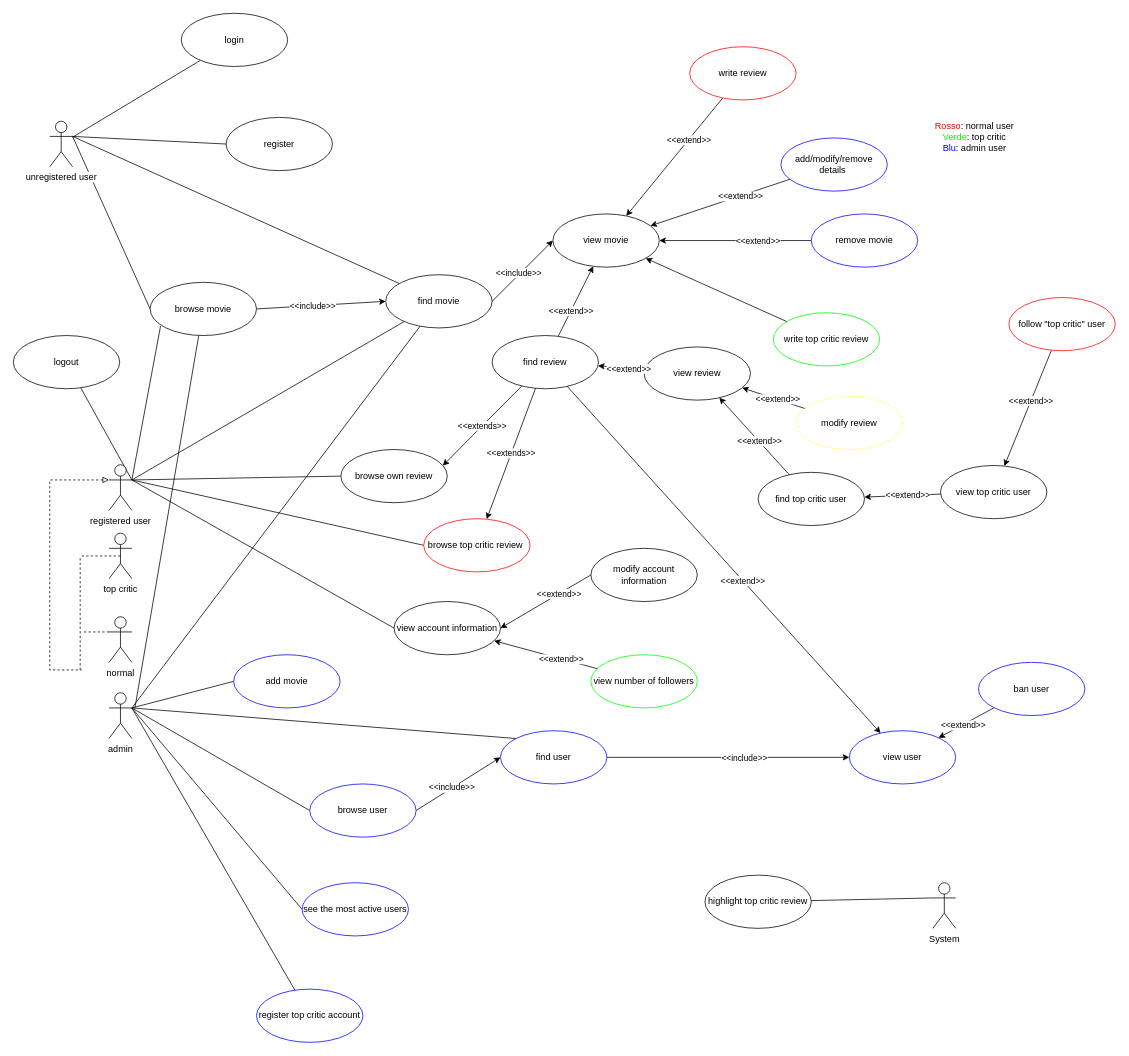
Above: UseCasesDiagram.drawio in glmquint/RottenMovies (draw.io), before the change. Source tidied: cells renumbered, new cells numbered last; positions are measured from the earlier drawing's top-left corner, leaving out a move shared by most shapes. Both pictures are drawn from the tidied source at 76%, with x=0, y=0 at pixel (13, 13).
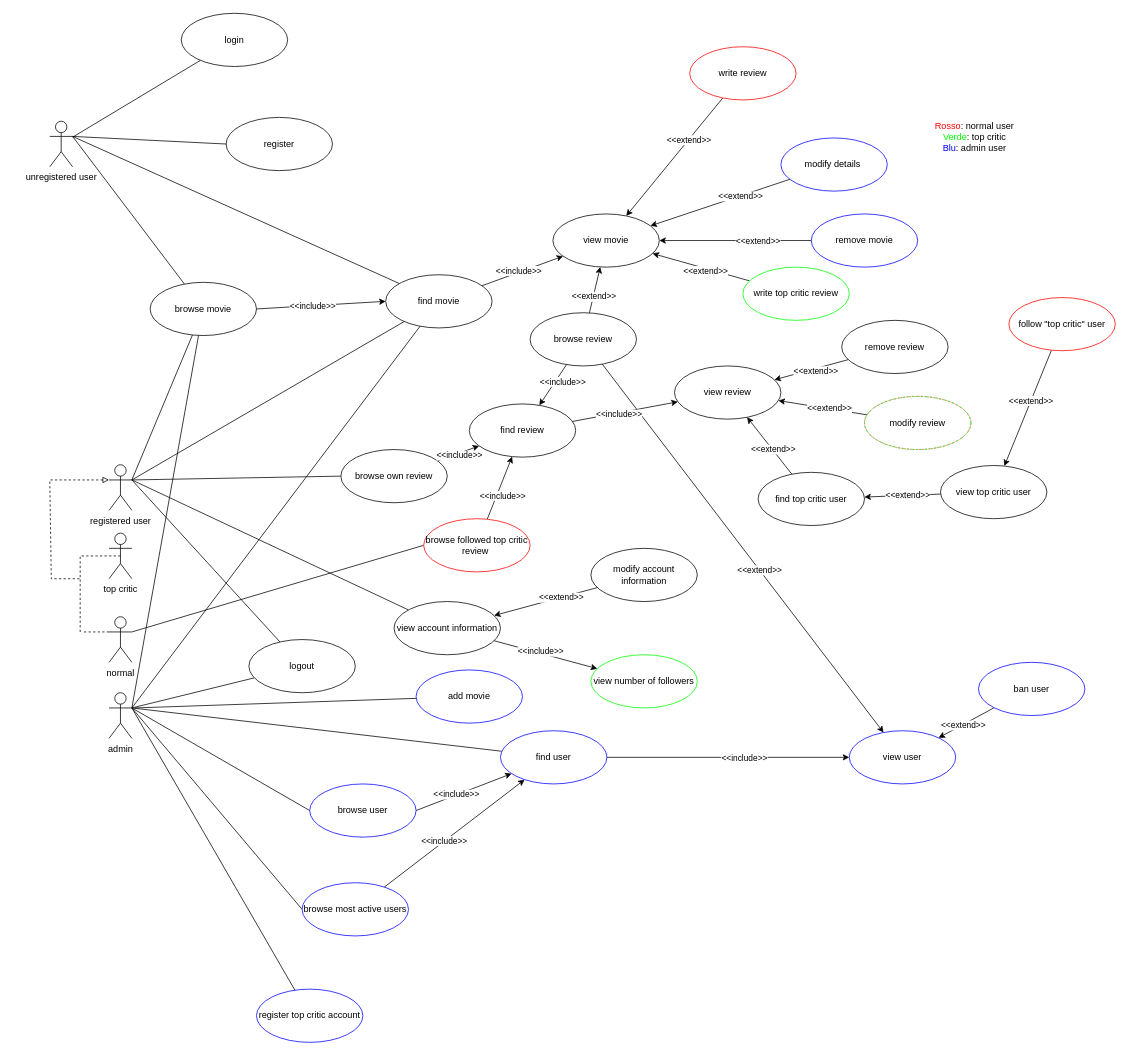
Above is the later version.

Commit message (it also covers changes not shown here):
complete UseCase Diagram content

The change refers to these unchanged cells:
```xml
<mxCell id="8" value="unregistered user" style="shape=umlActor;verticalLabelPosition=bottom;labelBackgroundColor=#ffffff;verticalAlign=top;html=1;outlineConnect=0;" parent="1" vertex="1">
  <mxGeometry x="48" y="142" width="30" height="60" as="geometry" />
</mxCell>
<mxCell id="13" value="browse movie" style="ellipse;whiteSpace=wrap;html=1;fontStyle=0;" parent="1" vertex="1">
  <mxGeometry x="180" y="354" width="140" height="70" as="geometry" />
</mxCell>
<mxCell id="16" value="find movie" style="ellipse;whiteSpace=wrap;html=1;fontStyle=0;" parent="1" vertex="1">
  <mxGeometry x="490" y="344" width="140" height="70" as="geometry" />
</mxCell>
<mxCell id="19" value="view movie" style="ellipse;whiteSpace=wrap;html=1;fontStyle=0;" parent="1" vertex="1">
  <mxGeometry x="710" y="264" width="140" height="70" as="geometry" />
</mxCell>
<mxCell id="29" value="registered user" style="shape=umlActor;verticalLabelPosition=bottom;labelBackgroundColor=#ffffff;verticalAlign=top;html=1;outlineConnect=0;" parent="1" vertex="1">
  <mxGeometry x="126" y="594" width="30" height="60" as="geometry" />
</mxCell>
<mxCell id="31" value="normal" style="shape=umlActor;verticalLabelPosition=bottom;labelBackgroundColor=#ffffff;verticalAlign=top;html=1;outlineConnect=0;" parent="1" vertex="1">
  <mxGeometry x="126" y="794" width="30" height="60" as="geometry" />
</mxCell>
<mxCell id="35" value="admin" style="shape=umlActor;verticalLabelPosition=bottom;labelBackgroundColor=#ffffff;verticalAlign=top;html=1;outlineConnect=0;" parent="1" vertex="1">
  <mxGeometry x="126" y="894" width="30" height="60" as="geometry" />
</mxCell>
<mxCell id="42" value="browse own review" style="ellipse;whiteSpace=wrap;html=1;" parent="1" vertex="1">
  <mxGeometry x="431" y="574" width="140" height="70" as="geometry" />
</mxCell>
<mxCell id="45" value="view account information" style="ellipse;whiteSpace=wrap;html=1;" parent="1" vertex="1">
  <mxGeometry x="501" y="774" width="140" height="70" as="geometry" />
</mxCell>
<mxCell id="46" value="modify account information" style="ellipse;whiteSpace=wrap;html=1;strokeColor=#000000;" parent="1" vertex="1">
  <mxGeometry x="760" y="704" width="140" height="70" as="geometry" />
</mxCell>
<mxCell id="53" value="browse user" style="ellipse;whiteSpace=wrap;html=1;fontStyle=0;strokeColor=#0000FF;" parent="1" vertex="1">
  <mxGeometry x="390" y="1014" width="140" height="70" as="geometry" />
</mxCell>
<mxCell id="56" value="find user" style="ellipse;whiteSpace=wrap;html=1;fontStyle=0;strokeColor=#0000FF;" parent="1" vertex="1">
  <mxGeometry x="641" y="944" width="140" height="70" as="geometry" />
</mxCell>
<mxCell id="57" value="view user" style="ellipse;whiteSpace=wrap;html=1;fontStyle=0;strokeColor=#0000FF;" parent="1" vertex="1">
  <mxGeometry x="1100" y="944" width="140" height="70" as="geometry" />
</mxCell>
<mxCell id="73" style="rounded=0;jettySize=auto;html=1;fontColor=#00FF00;" parent="1" edge="1" source="74" target="19">
  <mxGeometry relative="1" as="geometry" />
</mxCell>
<mxCell id="87" value="view number of followers" style="ellipse;whiteSpace=wrap;html=1;strokeColor=#00FF00;" parent="1" vertex="1">
  <mxGeometry x="760" y="844" width="140" height="70" as="geometry" />
</mxCell>
```

What changed in the source:
```diff
@@
-    <mxCell id="6" style="edgeStyle=none;rounded=0;jettySize=auto;html=1;exitX=1;exitY=0.3333333333333333;exitDx=0;exitDy=0;exitPerimeter=0;entryX=0;entryY=0.5;entryDx=0;entryDy=0;endArrow=none;endFill=0;" parent="1" edge="1" source="8" target="13">
+    <mxCell id="6" style="edgeStyle=none;rounded=0;jettySize=auto;html=1;exitX=1;exitY=0.3333333333333333;exitDx=0;exitDy=0;exitPerimeter=0;endArrow=none;endFill=0;" parent="1" edge="1" source="8" target="13">
       <mxGeometry relative="1" as="geometry" />
     </mxCell>
@@
-    <mxCell id="14" style="edgeStyle=none;rounded=0;jettySize=auto;html=1;exitX=1;exitY=0.5;exitDx=0;exitDy=0;endArrow=classic;endFill=1;entryX=0;entryY=0.5;entryDx=0;entryDy=0;" parent="1" edge="1" source="16" target="19">
+    <mxCell id="14" style="edgeStyle=none;rounded=0;jettySize=auto;html=1;endArrow=classic;endFill=1;" parent="1" edge="1" source="16" target="19">
       <mxGeometry relative="1" as="geometry" />
     </mxCell>
@@
-    <mxCell id="17" style="edgeStyle=none;rounded=0;jettySize=auto;html=1;endArrow=none;endFill=0;startArrow=classic;startFill=1;" parent="1" edge="1" source="19" target="83">
+    <mxCell id="17" style="edgeStyle=none;rounded=0;jettySize=auto;html=1;endArrow=none;endFill=0;startArrow=classic;startFill=1;" parent="1" edge="1" source="19" target="101">
       <mxGeometry relative="1" as="geometry" />
     </mxCell>
@@
     <mxCell id="22" value="view review" style="ellipse;whiteSpace=wrap;html=1;" parent="1" vertex="1">
-      <mxGeometry x="830" y="439" width="140" height="70" as="geometry" />
+      <mxGeometry x="870" y="464" width="140" height="70" as="geometry" />
     </mxCell>
-    <mxCell id="23" style="edgeStyle=none;rounded=0;jettySize=auto;html=1;exitX=1;exitY=0.3333333333333333;exitDx=0;exitDy=0;exitPerimeter=0;entryX=0.098;entryY=0.824;entryDx=0;entryDy=0;entryPerimeter=0;startArrow=none;startFill=0;endArrow=none;endFill=0;" parent="1" edge="1" source="29" target="13">
+    <mxCell id="23" style="edgeStyle=none;rounded=0;jettySize=auto;html=1;exitX=1;exitY=0.3333333333333333;exitDx=0;exitDy=0;exitPerimeter=0;startArrow=none;startFill=0;endArrow=none;endFill=0;" parent="1" edge="1" source="29" target="13">
       <mxGeometry relative="1" as="geometry" />
     </mxCell>
@@
-    <mxCell id="26" style="edgeStyle=none;rounded=0;jettySize=auto;html=1;exitX=1;exitY=0.3333333333333333;exitDx=0;exitDy=0;exitPerimeter=0;entryX=0;entryY=0.5;entryDx=0;entryDy=0;startArrow=none;startFill=0;endArrow=none;endFill=0;" parent="1" edge="1" source="29" target="45">
+    <mxCell id="26" style="edgeStyle=none;rounded=0;jettySize=auto;html=1;exitX=1;exitY=0.3333333333333333;exitDx=0;exitDy=0;exitPerimeter=0;startArrow=none;startFill=0;endArrow=none;endFill=0;" parent="1" edge="1" source="29" target="45">
       <mxGeometry relative="1" as="geometry" />
     </mxCell>
-    <mxCell id="27" style="edgeStyle=none;rounded=0;jettySize=auto;html=1;exitX=1;exitY=0.3333333333333333;exitDx=0;exitDy=0;exitPerimeter=0;entryX=0;entryY=0.5;entryDx=0;entryDy=0;startArrow=none;startFill=0;endArrow=none;endFill=0;" parent="1" edge="1" source="29" target="50">
+    <mxCell id="27" style="edgeStyle=none;rounded=0;jettySize=auto;html=1;exitX=1;exitY=0.3333333333333333;exitDx=0;exitDy=0;exitPerimeter=0;entryX=0;entryY=0.5;entryDx=0;entryDy=0;startArrow=none;startFill=0;endArrow=none;endFill=0;" parent="1" edge="1" source="31" target="50">
       <mxGeometry relative="1" as="geometry" />
     </mxCell>
@@
-    <mxCell id="33" style="edgeStyle=none;rounded=0;jettySize=auto;html=1;exitX=1;exitY=0.3333333333333333;exitDx=0;exitDy=0;exitPerimeter=0;entryX=0;entryY=0.5;entryDx=0;entryDy=0;startArrow=none;startFill=0;endArrow=none;endFill=0;" parent="1" edge="1" source="35" target="67">
-      <mxGeometry relative="1" as="geometry" />
+    <mxCell id="33" style="edgeStyle=none;rounded=0;jettySize=auto;html=1;startArrow=none;startFill=0;endArrow=none;endFill=0;" parent="1" edge="1" target="67">
+      <mxGeometry relative="1" as="geometry">
+        <mxPoint x="160" y="914" as="sourcePoint" />
+      </mxGeometry>
     </mxCell>
-    <mxCell id="34" style="edgeStyle=none;rounded=0;jettySize=auto;html=1;exitX=1;exitY=0.3333333333333333;exitDx=0;exitDy=0;exitPerimeter=0;entryX=0;entryY=0;entryDx=0;entryDy=0;startArrow=none;startFill=0;endArrow=none;endFill=0;" parent="1" edge="1" source="35" target="56">
+    <mxCell id="34" style="edgeStyle=none;rounded=0;jettySize=auto;html=1;exitX=1;exitY=0.3333333333333333;exitDx=0;exitDy=0;exitPerimeter=0;startArrow=none;startFill=0;endArrow=none;endFill=0;" parent="1" edge="1" source="35" target="56">
       <mxGeometry relative="1" as="geometry" />
     </mxCell>
+    <mxCell id="99" style="rounded=0;jettySize=auto;html=1;endArrow=none;endFill=0;exitX=1;exitY=0.3333333333333333;exitDx=0;exitDy=0;exitPerimeter=0;" parent="1" edge="1" source="35" target="38">
+      <mxGeometry relative="1" as="geometry" />
+    </mxCell>
@@
     <mxCell id="36" style="endArrow=none;html=1;rounded=0;dashed=1;" parent="1" edge="1">
       <mxGeometry relative="1" as="geometry">
-        <mxPoint x="88" y="864" as="sourcePoint" />
+        <mxPoint x="88" y="814" as="sourcePoint" />
         <mxPoint x="88" y="714" as="targetPoint" />
       </mxGeometry>
     </mxCell>
     <mxCell id="37" style="endArrow=none;html=1;rounded=0;endFill=0;dashed=1;startArrow=block;startFill=0;exitX=0;exitY=0.3333333333333333;exitDx=0;exitDy=0;exitPerimeter=0;" parent="1" edge="1" source="29">
       <mxGeometry relative="1" as="geometry">
-        <mxPoint x="90" y="864" as="targetPoint" />
+        <mxPoint x="90" y="744" as="targetPoint" />
         <Array as="points">
           <mxPoint x="48" y="614" />
-          <mxPoint x="48" y="864" />
+          <mxPoint x="50" y="744" />
         </Array>
       </mxGeometry>
     </mxCell>
     <mxCell id="38" value="logout" style="ellipse;whiteSpace=wrap;html=1;" parent="1" vertex="1">
-      <mxGeometry y="424" width="140" height="70" as="geometry" />
+      <mxGeometry x="310" y="824" width="140" height="70" as="geometry" />
     </mxCell>
@@
-    <mxCell id="43" value="&amp;lt;&amp;lt;extends&amp;gt;&amp;gt;" style="edgeStyle=none;rounded=0;jettySize=auto;html=1;endArrow=none;endFill=0;startArrow=classic;startFill=1;exitX=0.958;exitY=0.303;exitDx=0;exitDy=0;exitPerimeter=0;" parent="1" edge="1" source="42" target="83">
-      <mxGeometry relative="1" as="geometry" />
-    </mxCell>
-    <mxCell id="44" value="modify review" style="ellipse;whiteSpace=wrap;html=1;dashed=1;strokeColor=#FFFF00;" parent="1" vertex="1">
-      <mxGeometry x="1030" y="504" width="140" height="70" as="geometry" />
-    </mxCell>
@@
-    <mxCell id="47" style="edgeStyle=none;rounded=0;jettySize=auto;html=1;endArrow=none;endFill=0;entryX=0;entryY=0.5;entryDx=0;entryDy=0;startArrow=classic;startFill=1;exitX=1;exitY=0.5;exitDx=0;exitDy=0;" parent="1" edge="1" source="45" target="46">
+    <mxCell id="47" style="edgeStyle=none;rounded=0;jettySize=auto;html=1;endArrow=none;endFill=0;startArrow=classic;startFill=1;" parent="1" edge="1" source="45" target="46">
       <mxGeometry relative="1" as="geometry" />
     </mxCell>
@@
-    <mxCell id="50" value="browse top critic review&amp;nbsp;" style="ellipse;whiteSpace=wrap;html=1;strokeColor=#FF0000;" parent="1" vertex="1">
+    <mxCell id="50" value="browse followed top critic review&amp;nbsp;" style="ellipse;whiteSpace=wrap;html=1;strokeColor=#FF0000;" parent="1" vertex="1">
       <mxGeometry x="540" y="665" width="140" height="70" as="geometry" />
     </mxCell>
-    <mxCell id="51" style="edgeStyle=none;rounded=0;jettySize=auto;html=1;exitX=1;exitY=0.5;exitDx=0;exitDy=0;entryX=0;entryY=0.5;entryDx=0;entryDy=0;startArrow=none;startFill=0;endArrow=classic;endFill=1;" parent="1" edge="1" source="53" target="56">
+    <mxCell id="51" style="edgeStyle=none;rounded=0;jettySize=auto;html=1;exitX=1;exitY=0.5;exitDx=0;exitDy=0;startArrow=none;startFill=0;endArrow=classic;endFill=1;" parent="1" edge="1" source="53" target="56">
       <mxGeometry relative="1" as="geometry" />
     </mxCell>
@@
-    <mxCell id="61" value="add/modify/remove details&amp;nbsp;" style="ellipse;whiteSpace=wrap;html=1;fontStyle=0;strokeColor=#0000FF;" parent="1" vertex="1">
+    <mxCell id="61" value="modify&amp;nbsp;details&amp;nbsp;" style="ellipse;whiteSpace=wrap;html=1;fontStyle=0;strokeColor=#0000FF;" parent="1" vertex="1">
       <mxGeometry x="1010" y="164" width="140" height="70" as="geometry" />
     </mxCell>
@@
     <mxCell id="67" value="add movie" style="ellipse;whiteSpace=wrap;html=1;fontStyle=0;strokeColor=#0000FF;" parent="1" vertex="1">
-      <mxGeometry x="290" y="844" width="140" height="70" as="geometry" />
+      <mxGeometry x="530" y="864" width="140" height="70" as="geometry" />
     </mxCell>
@@
-    <mxCell id="69" value="see the most active users" style="ellipse;whiteSpace=wrap;html=1;fontStyle=0;strokeColor=#0000FF;" parent="1" vertex="1">
+    <mxCell id="69" value="browse most active users" style="ellipse;whiteSpace=wrap;html=1;fontStyle=0;strokeColor=#0000FF;" parent="1" vertex="1">
       <mxGeometry x="380" y="1144" width="140" height="70" as="geometry" />
     </mxCell>
@@
+    <mxCell id="100" value="&amp;lt;&amp;lt;extend&amp;gt;&amp;gt;" style="edgeLabel;html=1;align=center;verticalAlign=middle;" parent="73" vertex="1">
+      <mxGeometry x="-0.1" y="3" relative="1" as="geometry" />
+    </mxCell>
     <mxCell id="74" value="write top critic review" style="ellipse;whiteSpace=wrap;html=1;strokeColor=#00FF00;" parent="1" vertex="1">
-      <mxGeometry x="1000" y="394" width="140" height="70" as="geometry" />
+      <mxGeometry x="960" y="334" width="140" height="70" as="geometry" />
     </mxCell>
@@
     <mxCell id="83" value="find review" style="ellipse;whiteSpace=wrap;html=1;" parent="1" vertex="1">
-      <mxGeometry x="630" y="424" width="140" height="70" as="geometry" />
+      <mxGeometry x="600" y="514" width="140" height="70" as="geometry" />
     </mxCell>
-    <mxCell id="84" style="edgeStyle=none;rounded=0;jettySize=auto;html=1;endArrow=none;endFill=0;startArrow=classic;startFill=1;" parent="1" edge="1" source="83" target="22">
-      <mxGeometry relative="1" as="geometry" />
-    </mxCell>
-    <mxCell id="85" value="&amp;lt;&amp;lt;extend&amp;gt;&amp;gt;" style="edgeLabel;html=1;align=center;verticalAlign=middle;" parent="84" vertex="1">
-      <mxGeometry x="0.29" relative="1" as="geometry" />
-    </mxCell>
-    <mxCell id="86" value="&amp;lt;&amp;lt;extends&amp;gt;&amp;gt;" style="edgeStyle=none;rounded=0;jettySize=auto;html=1;endArrow=none;endFill=0;startArrow=classic;startFill=1;" parent="1" edge="1" source="50" target="83">
-      <mxGeometry relative="1" as="geometry" />
-    </mxCell>
@@
-    <mxCell id="88" style="edgeStyle=none;rounded=0;jettySize=auto;html=1;endArrow=none;endFill=0;startArrow=classic;startFill=1;" parent="1" edge="1" source="45" target="87">
-      <mxGeometry relative="1" as="geometry" />
-    </mxCell>
-    <mxCell id="89" value="&amp;lt;&amp;lt;extend&amp;gt;&amp;gt;" style="edgeLabel;html=1;align=center;verticalAlign=middle;" parent="88" vertex="1">
-      <mxGeometry x="0.29" relative="1" as="geometry" />
-    </mxCell>
-    <mxCell id="90" style="edgeStyle=none;rounded=0;jettySize=auto;html=1;startArrow=none;startFill=0;endArrow=none;endFill=0;" parent="1" edge="1" target="13">
-      <mxGeometry relative="1" as="geometry">
-        <mxPoint x="160" y="914" as="sourcePoint" />
-      </mxGeometry>
+    <mxCell id="90" style="edgeStyle=none;rounded=0;jettySize=auto;html=1;startArrow=none;startFill=0;endArrow=none;endFill=0;exitX=1;exitY=0.3333333333333333;exitDx=0;exitDy=0;exitPerimeter=0;" parent="1" edge="1" source="35" target="13">
+      <mxGeometry relative="1" as="geometry" />
     </mxCell>
@@
-    <mxCell id="92" style="edgeStyle=none;rounded=0;jettySize=auto;html=1;startArrow=none;startFill=0;endArrow=classic;endFill=1;" parent="1" edge="1" source="83" target="57">
-      <mxGeometry relative="1" as="geometry" />
-    </mxCell>
-    <mxCell id="93" value="&amp;lt;&amp;lt;extend&amp;gt;&amp;gt;" style="edgeLabel;html=1;align=center;verticalAlign=middle;" parent="92" vertex="1">
-      <mxGeometry x="0.12" relative="1" as="geometry" />
-    </mxCell>
@@
-    <mxCell id="96" value="System" style="shape=umlActor;verticalLabelPosition=bottom;labelBackgroundColor=#ffffff;verticalAlign=top;html=1;outlineConnect=0;" parent="1" vertex="1">
-      <mxGeometry x="1210" y="1144" width="30" height="60" as="geometry" />
-    </mxCell>
-    <mxCell id="97" value="highlight top critic review" style="ellipse;whiteSpace=wrap;html=1;fontStyle=0;" parent="1" vertex="1">
-      <mxGeometry x="910" y="1134" width="140" height="70" as="geometry" />
-    </mxCell>
-    <mxCell id="98" style="edgeStyle=none;rounded=0;jettySize=auto;html=1;startArrow=none;startFill=0;endArrow=none;endFill=0;exitX=0;exitY=0.3333333333333333;exitDx=0;exitDy=0;exitPerimeter=0;" parent="1" edge="1" source="96" target="97">
-      <mxGeometry relative="1" as="geometry" />
-    </mxCell>
+    <mxCell id="101" value="browse review" style="ellipse;whiteSpace=wrap;html=1;fontStyle=0;strokeColor=#000000;" parent="1" vertex="1">
+      <mxGeometry x="680" y="394" width="140" height="70" as="geometry" />
+    </mxCell>
+    <mxCell id="102" style="edgeStyle=none;rounded=0;jettySize=auto;html=1;startArrow=none;startFill=0;endArrow=classic;endFill=1;" parent="1" edge="1" source="101" target="57">
+      <mxGeometry relative="1" as="geometry" />
+    </mxCell>
+    <mxCell id="103" value="&amp;lt;&amp;lt;extend&amp;gt;&amp;gt;" style="edgeLabel;html=1;align=center;verticalAlign=middle;" parent="102" vertex="1">
+      <mxGeometry x="0.12" relative="1" as="geometry" />
+    </mxCell>
+    <mxCell id="104" style="edgeStyle=none;rounded=0;jettySize=auto;html=1;startArrow=none;startFill=0;endArrow=classic;endFill=1;" parent="1" edge="1" source="69" target="56">
+      <mxGeometry relative="1" as="geometry" />
+    </mxCell>
+    <mxCell id="105" value="&amp;lt;&amp;lt;include&amp;gt;&amp;gt;" style="edgeLabel;html=1;align=center;verticalAlign=middle;" parent="104" vertex="1">
+      <mxGeometry x="-0.15" y="1" relative="1" as="geometry" />
+    </mxCell>
+    <mxCell id="43" style="edgeStyle=none;rounded=0;jettySize=auto;html=1;endArrow=classic;endFill=1;" parent="1" edge="1" source="42" target="83">
+      <mxGeometry relative="1" as="geometry" />
+    </mxCell>
+    <mxCell id="106" value="&amp;lt;&amp;lt;include&amp;gt;&amp;gt;" style="edgeLabel;html=1;align=center;verticalAlign=middle;" parent="43" vertex="1">
+      <mxGeometry x="-0.23" y="1" relative="1" as="geometry">
+        <mxPoint x="8" y="1" as="offset" />
+      </mxGeometry>
+    </mxCell>
+    <mxCell id="84" style="edgeStyle=none;rounded=0;jettySize=auto;html=1;endArrow=classic;endFill=1;" parent="1" edge="1" source="83" target="22">
+      <mxGeometry relative="1" as="geometry" />
+    </mxCell>
+    <mxCell id="107" value="&amp;lt;&amp;lt;include&amp;gt;&amp;gt;" style="edgeLabel;html=1;align=center;verticalAlign=middle;" parent="84" vertex="1">
+      <mxGeometry x="-0.23" y="1" relative="1" as="geometry">
+        <mxPoint x="8" y="1" as="offset" />
+      </mxGeometry>
+    </mxCell>
+    <mxCell id="86" style="edgeStyle=none;rounded=0;jettySize=auto;html=1;endArrow=classic;endFill=1;" parent="1" edge="1" source="50" target="83">
+      <mxGeometry relative="1" as="geometry" />
+    </mxCell>
+    <mxCell id="108" value="&amp;lt;&amp;lt;include&amp;gt;&amp;gt;" style="edgeLabel;html=1;align=center;verticalAlign=middle;" parent="86" vertex="1">
+      <mxGeometry x="-0.23" y="1" relative="1" as="geometry">
+        <mxPoint x="8" y="1" as="offset" />
+      </mxGeometry>
+    </mxCell>
+    <mxCell id="109" style="edgeStyle=none;rounded=0;jettySize=auto;html=1;endArrow=classic;endFill=1;" parent="1" edge="1" source="101" target="83">
+      <mxGeometry relative="1" as="geometry" />
+    </mxCell>
+    <mxCell id="110" value="&amp;lt;&amp;lt;include&amp;gt;&amp;gt;" style="edgeLabel;html=1;align=center;verticalAlign=middle;" parent="109" vertex="1">
+      <mxGeometry x="-0.23" y="1" relative="1" as="geometry">
+        <mxPoint x="8" y="1" as="offset" />
+      </mxGeometry>
+    </mxCell>
+    <mxCell id="111" style="group;" parent="1" vertex="1">
+      <mxGeometry x="1120" y="504" width="140" height="70" as="geometry" />
+    </mxCell>
+    <mxCell id="112" style="ellipse;whiteSpace=wrap;html=1;strokeColor=#FF0000;fillColor=none;dashed=1;dashPattern=1 1;" parent="111" vertex="1">
+      <mxGeometry width="140" height="70" as="geometry" />
+    </mxCell>
+    <mxCell id="44" value="modify review" style="ellipse;whiteSpace=wrap;html=1;dashed=1;strokeColor=#00FF00;fillColor=none;strokeWidth=1;" parent="111" vertex="1">
+      <mxGeometry width="140" height="70" as="geometry" />
+    </mxCell>
+    <mxCell id="113" value="remove review" style="ellipse;whiteSpace=wrap;html=1;" parent="1" vertex="1">
+      <mxGeometry x="1090" y="404" width="140" height="70" as="geometry" />
+    </mxCell>
+    <mxCell id="114" style="rounded=0;jettySize=auto;html=1;fontColor=#00FF00;" parent="1" edge="1" source="113" target="22">
+      <mxGeometry relative="1" as="geometry" />
+    </mxCell>
+    <mxCell id="115" value="&amp;lt;&amp;lt;extend&amp;gt;&amp;gt;" style="edgeLabel;html=1;align=center;verticalAlign=middle;" parent="114" vertex="1">
+      <mxGeometry x="-0.1" y="3" relative="1" as="geometry" />
+    </mxCell>
+    <mxCell id="88" style="edgeStyle=none;rounded=0;jettySize=auto;html=1;endArrow=classic;endFill=1;" parent="1" edge="1" source="45" target="87">
+      <mxGeometry relative="1" as="geometry" />
+    </mxCell>
+    <mxCell id="116" value="&amp;lt;&amp;lt;include&amp;gt;&amp;gt;" style="edgeLabel;html=1;align=center;verticalAlign=middle;" parent="88" vertex="1">
+      <mxGeometry x="-0.23" y="1" relative="1" as="geometry">
+        <mxPoint x="8" y="1" as="offset" />
+      </mxGeometry>
+    </mxCell>
```
